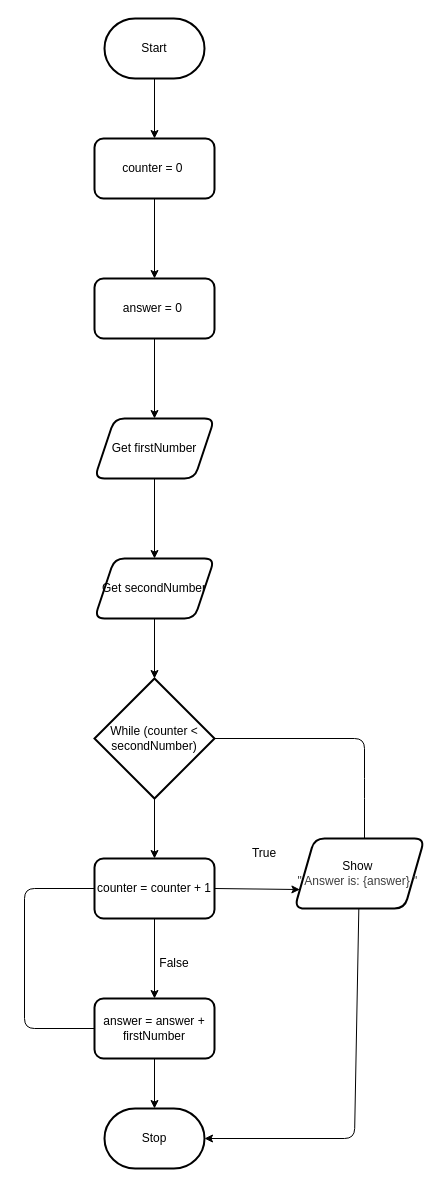
Before: design/flowchart.drawio in MTHS-ICD2O-1-2024/ICD2O-Unit-5-06-catherine-vu-09, a draw.io diagram. Source tidied: cells renumbered, new cells numbered last; positions are measured from the earlier drawing's top-left corner, leaving out a move shared by most shapes. Both pictures are drawn from the tidied source at 100%, with x=0, y=0 at pixel (24, 18).
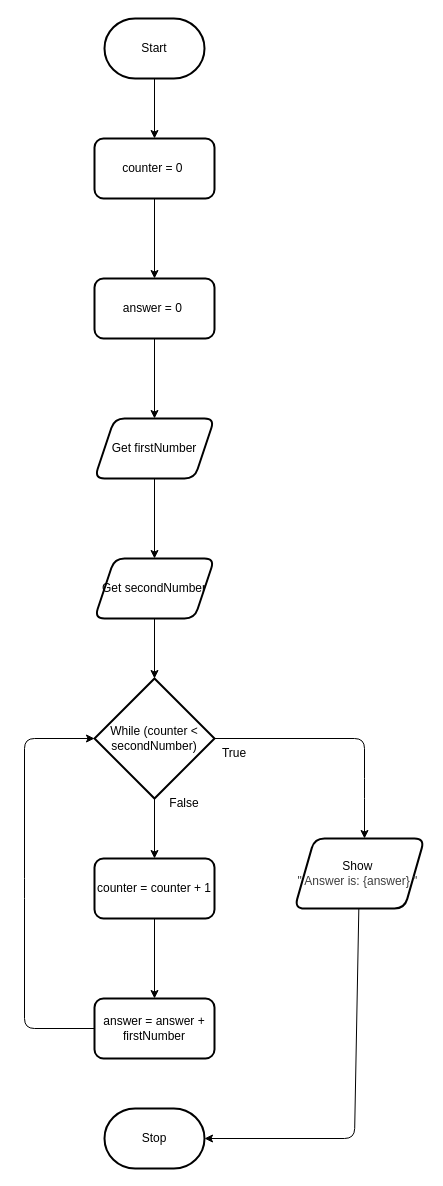
After the change.

The change refers to these unchanged cells:
```xml
<mxCell id="14" value="While (counter &amp;lt; secondNumber)" style="rhombus;whiteSpace=wrap;html=1;strokeWidth=2;rounded=0;" parent="1" vertex="1">
  <mxGeometry x="70" y="660" width="120" height="120" as="geometry" />
</mxCell>
<mxCell id="19" value="answer = answer + firstNumber" style="rounded=1;whiteSpace=wrap;html=1;strokeWidth=2;" parent="1" vertex="1">
  <mxGeometry x="70" y="980" width="120" height="60" as="geometry" />
</mxCell>
<mxCell id="21" value="Show&amp;nbsp;&lt;div&gt;&lt;span style=&quot;color: rgb(63, 63, 63); background-color: transparent;&quot;&gt;&quot; Answer is: {answer} &quot;&amp;nbsp;&lt;/span&gt;&lt;/div&gt;" style="shape=parallelogram;perimeter=parallelogramPerimeter;whiteSpace=wrap;html=1;fixedSize=1;rounded=1;strokeWidth=2;" parent="1" vertex="1">
  <mxGeometry x="270" y="820" width="130" height="70" as="geometry" />
</mxCell>
<mxCell id="24" value="Stop" style="strokeWidth=2;html=1;shape=mxgraph.flowchart.terminator;whiteSpace=wrap;" parent="1" vertex="1">
  <mxGeometry x="80" y="1090" width="100" height="60" as="geometry" />
</mxCell>
<mxCell id="25" value="counter = counter + 1" style="rounded=1;whiteSpace=wrap;html=1;strokeWidth=2;" parent="1" vertex="1">
  <mxGeometry x="70" y="840" width="120" height="60" as="geometry" />
</mxCell>
```

Change to the diagram source:
```diff
@@
     <mxCell id="13" style="edgeStyle=none;html=1;" parent="1" edge="1" source="14">
       <mxGeometry relative="1" as="geometry">
-        <mxPoint x="340" y="830" as="targetPoint" />
+        <mxPoint x="340" y="820" as="targetPoint" />
         <Array as="points">
           <mxPoint x="340" y="720" />
           <mxPoint x="340" y="770" />
         </Array>
       </mxGeometry>
     </mxCell>
@@
-    <mxCell id="16" style="edgeStyle=none;html=1;exitX=1;exitY=0.5;exitDx=0;exitDy=0;entryX=0;entryY=0.75;entryDx=0;entryDy=0;" parent="1" edge="1" source="25" target="21">
-      <mxGeometry relative="1" as="geometry" />
-    </mxCell>
-    <mxCell id="17" style="edgeStyle=none;html=1;" parent="1" edge="1" source="19" target="24">
-      <mxGeometry relative="1" as="geometry" />
-    </mxCell>
-    <mxCell id="18" style="edgeStyle=none;html=1;rounded=1;curved=0;targetPerimeterSpacing=-9;sourcePerimeterSpacing=-2;" parent="1" edge="1" source="19" target="25">
+    <mxCell id="18" style="edgeStyle=none;html=1;rounded=1;curved=0;targetPerimeterSpacing=-9;sourcePerimeterSpacing=-2;entryX=0;entryY=0.5;entryDx=0;entryDy=0;" parent="1" edge="1" source="19" target="14">
       <mxGeometry relative="1" as="geometry">
         <Array as="points">
           <mxPoint y="1010" />
           <mxPoint y="870" />
+          <mxPoint y="720" />
         </Array>
       </mxGeometry>
     </mxCell>
@@
     <mxCell id="22" value="False" style="text;strokeColor=none;align=center;fillColor=none;html=1;verticalAlign=middle;whiteSpace=wrap;rounded=0;" parent="1" vertex="1">
-      <mxGeometry x="120" y="930" width="60" height="30" as="geometry" />
+      <mxGeometry x="130" y="770" width="60" height="30" as="geometry" />
     </mxCell>
     <mxCell id="23" value="True" style="text;strokeColor=none;align=center;fillColor=none;html=1;verticalAlign=middle;whiteSpace=wrap;rounded=0;" parent="1" vertex="1">
-      <mxGeometry x="210" y="820" width="60" height="30" as="geometry" />
+      <mxGeometry x="180" y="720" width="60" height="30" as="geometry" />
     </mxCell>
```
